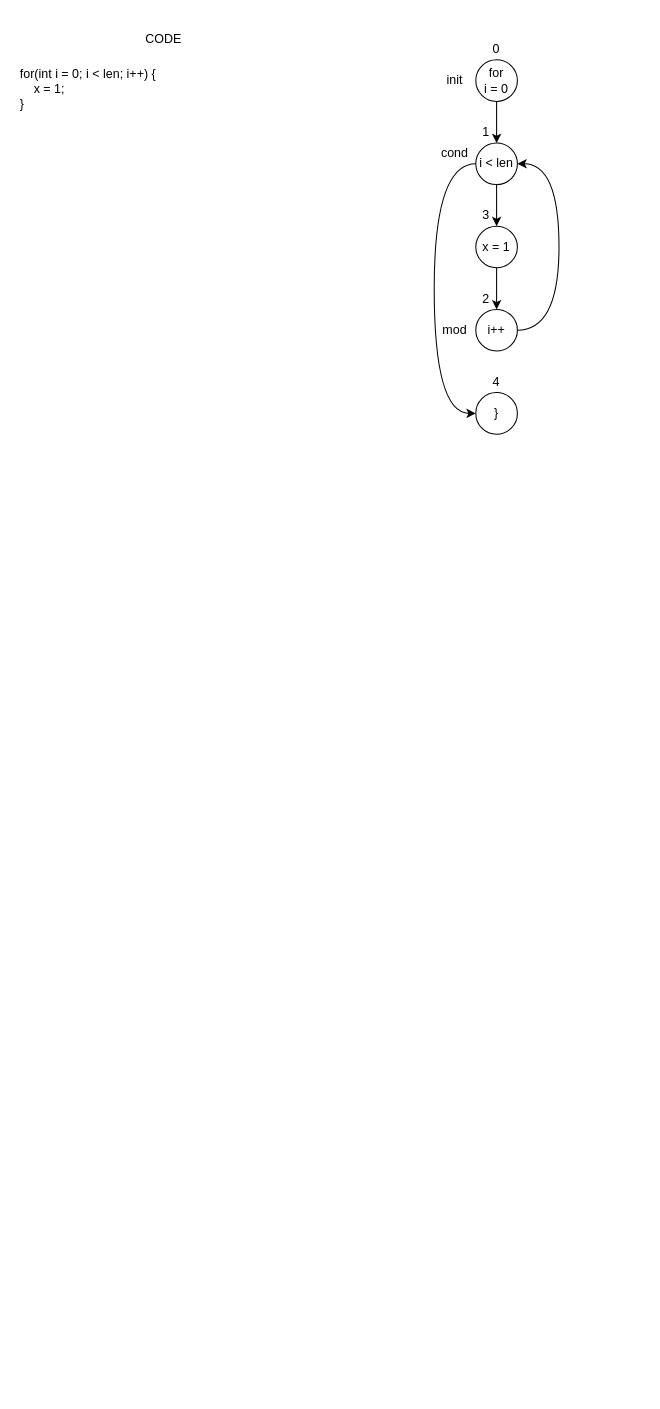
This is page "for-loop" (4 of 5) of docs/cfg.drawio from moredrowsy/control-flow-graph, a draw.io file, before an edit. Source tidied: cells renumbered, new cells numbered last; positions are measured from the earlier drawing's top-left corner, leaving out a move shared by most shapes. Both pictures are drawn from the tidied source at 104%, with x=0, y=0 at pixel (18, 18).
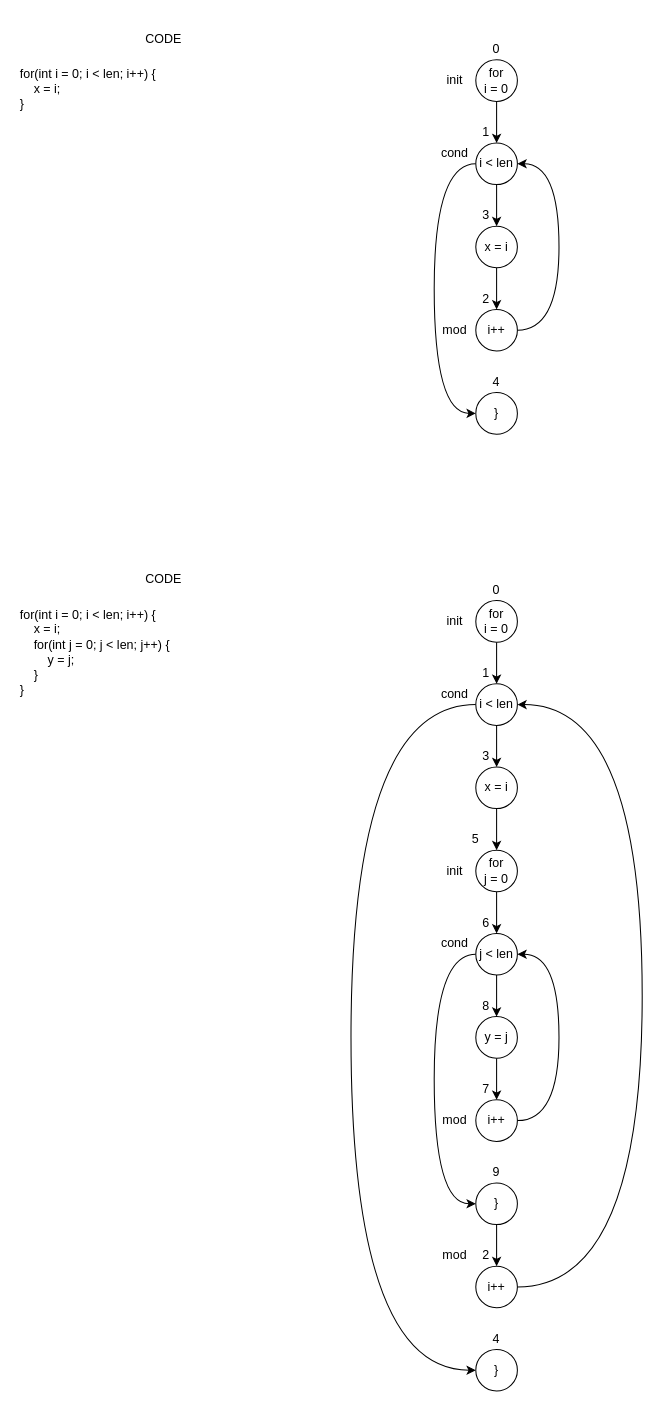
Above is the later version.

Commit message (it also covers changes not shown here):
Fixed buildig for-loop tree Updated drawio diagram for for-loop

Change to the diagram source:
```diff
@@
-    <mxCell id="2" value="&lt;div&gt;for(int i = 0; i &amp;lt; len; i++) {&lt;/div&gt;&lt;div&gt;&amp;nbsp; &amp;nbsp; x = 1;&lt;/div&gt;&lt;div&gt;}&lt;/div&gt;" style="text;html=1;strokeColor=none;fillColor=none;align=left;verticalAlign=top;whiteSpace=wrap;rounded=0;labelBorderColor=none;" parent="1" vertex="1">
+    <mxCell id="2" value="&lt;div&gt;for(int i = 0; i &amp;lt; len; i++) {&lt;/div&gt;&lt;div&gt;&amp;nbsp; &amp;nbsp; x = i;&lt;/div&gt;&lt;div&gt;}&lt;/div&gt;" style="text;html=1;strokeColor=none;fillColor=none;align=left;verticalAlign=top;whiteSpace=wrap;rounded=0;labelBorderColor=none;" parent="1" vertex="1">
       <mxGeometry y="40" width="280" height="80" as="geometry" />
     </mxCell>
@@
-    <mxCell id="19" value="x = 1" style="ellipse;whiteSpace=wrap;html=1;align=center;verticalAlign=middle;" parent="1" vertex="1">
+    <mxCell id="19" value="x = i" style="ellipse;whiteSpace=wrap;html=1;align=center;verticalAlign=middle;" parent="1" vertex="1">
       <mxGeometry x="440" y="200" width="40" height="40" as="geometry" />
     </mxCell>
@@
+    <mxCell id="22" value="&lt;div&gt;for(int i = 0; i &amp;lt; len; i++) {&lt;/div&gt;&lt;div&gt;&amp;nbsp; &amp;nbsp; x = i;&lt;/div&gt;&lt;div&gt;&amp;nbsp; &amp;nbsp; for(int j = 0; j &amp;lt; len; j++) {&lt;/div&gt;&lt;div&gt;&amp;nbsp; &amp;nbsp; &amp;nbsp; &amp;nbsp; y = j;&lt;/div&gt;&lt;div&gt;&amp;nbsp; &amp;nbsp; }&lt;/div&gt;&lt;div&gt;}&lt;/div&gt;&lt;div&gt;&lt;br&gt;&lt;/div&gt;" style="text;html=1;strokeColor=none;fillColor=none;align=left;verticalAlign=top;whiteSpace=wrap;rounded=0;labelBorderColor=none;" parent="1" vertex="1">
+      <mxGeometry y="560" width="280" height="120" as="geometry" />
+    </mxCell>
+    <mxCell id="23" value="CODE" style="text;html=1;strokeColor=none;fillColor=none;align=center;verticalAlign=middle;whiteSpace=wrap;rounded=0;" parent="1" vertex="1">
+      <mxGeometry y="520" width="280" height="40" as="geometry" />
+    </mxCell>
+    <mxCell id="24" style="edgeStyle=orthogonalEdgeStyle;rounded=0;jettySize=auto;html=1;" parent="1" edge="1" source="26" target="28">
+      <mxGeometry relative="1" as="geometry" />
+    </mxCell>
+    <mxCell id="25" style="edgeStyle=orthogonalEdgeStyle;curved=1;rounded=0;jettySize=auto;html=1;" parent="1" edge="1" source="28" target="29">
+      <mxGeometry relative="1" as="geometry">
+        <Array as="points">
+          <mxPoint x="320" y="660" />
+          <mxPoint x="320" y="1300" />
+        </Array>
+      </mxGeometry>
+    </mxCell>
+    <mxCell id="26" value="for&lt;br&gt;i = 0" style="ellipse;whiteSpace=wrap;html=1;align=center;verticalAlign=middle;" parent="1" vertex="1">
+      <mxGeometry x="440" y="560" width="40" height="40" as="geometry" />
+    </mxCell>
+    <mxCell id="27" style="edgeStyle=orthogonalEdgeStyle;rounded=0;jettySize=auto;html=1;curved=1;" parent="1" edge="1" source="34" target="28">
+      <mxGeometry relative="1" as="geometry">
+        <Array as="points">
+          <mxPoint x="600" y="1220" />
+          <mxPoint x="600" y="660" />
+        </Array>
+      </mxGeometry>
+    </mxCell>
+    <mxCell id="28" value="i &amp;lt; len" style="ellipse;whiteSpace=wrap;html=1;align=center;verticalAlign=middle;" parent="1" vertex="1">
+      <mxGeometry x="440" y="640" width="40" height="40" as="geometry" />
+    </mxCell>
+    <mxCell id="29" value="}" style="ellipse;whiteSpace=wrap;html=1;align=center;verticalAlign=middle;" parent="1" vertex="1">
+      <mxGeometry x="440" y="1280" width="40" height="40" as="geometry" />
+    </mxCell>
+    <mxCell id="30" value="0" style="text;html=1;strokeColor=none;fillColor=none;align=center;verticalAlign=middle;whiteSpace=wrap;rounded=0;" parent="1" vertex="1">
+      <mxGeometry x="440" y="540" width="40" height="20" as="geometry" />
+    </mxCell>
+    <mxCell id="31" value="1" style="text;html=1;strokeColor=none;fillColor=none;align=center;verticalAlign=middle;whiteSpace=wrap;rounded=0;" parent="1" vertex="1">
+      <mxGeometry x="430" y="620" width="40" height="20" as="geometry" />
+    </mxCell>
+    <mxCell id="32" value="3" style="text;html=1;strokeColor=none;fillColor=none;align=center;verticalAlign=middle;whiteSpace=wrap;rounded=0;" parent="1" vertex="1">
+      <mxGeometry x="430" y="700" width="40" height="20" as="geometry" />
+    </mxCell>
+    <mxCell id="33" value="init" style="text;html=1;strokeColor=none;fillColor=none;align=center;verticalAlign=middle;whiteSpace=wrap;rounded=0;" parent="1" vertex="1">
+      <mxGeometry x="400" y="570" width="40" height="20" as="geometry" />
+    </mxCell>
+    <mxCell id="34" value="i++" style="ellipse;whiteSpace=wrap;html=1;align=center;verticalAlign=middle;" parent="1" vertex="1">
+      <mxGeometry x="440" y="1200" width="40" height="40" as="geometry" />
+    </mxCell>
+    <mxCell id="35" value="cond" style="text;html=1;strokeColor=none;fillColor=none;align=center;verticalAlign=middle;whiteSpace=wrap;rounded=0;" parent="1" vertex="1">
+      <mxGeometry x="400" y="640" width="40" height="20" as="geometry" />
+    </mxCell>
+    <mxCell id="36" value="mod" style="text;html=1;strokeColor=none;fillColor=none;align=center;verticalAlign=middle;whiteSpace=wrap;rounded=0;" parent="1" vertex="1">
+      <mxGeometry x="400" y="1180" width="40" height="20" as="geometry" />
+    </mxCell>
+    <mxCell id="37" value="4" style="text;html=1;strokeColor=none;fillColor=none;align=center;verticalAlign=middle;whiteSpace=wrap;rounded=0;" parent="1" vertex="1">
+      <mxGeometry x="440" y="1260" width="40" height="20" as="geometry" />
+    </mxCell>
+    <mxCell id="38" style="edgeStyle=orthogonalEdgeStyle;rounded=0;jettySize=auto;html=1;" parent="1" edge="1" source="39" target="44">
+      <mxGeometry relative="1" as="geometry" />
+    </mxCell>
+    <mxCell id="39" value="x = i" style="ellipse;whiteSpace=wrap;html=1;align=center;verticalAlign=middle;" parent="1" vertex="1">
+      <mxGeometry x="440" y="720" width="40" height="40" as="geometry" />
+    </mxCell>
+    <mxCell id="40" style="edgeStyle=none;rounded=0;jettySize=auto;html=1;endArrow=classic;endFill=1;strokeColor=#000000;" parent="1" edge="1" source="28" target="39">
+      <mxGeometry relative="1" as="geometry" />
+    </mxCell>
+    <mxCell id="41" value="2" style="text;html=1;strokeColor=none;fillColor=none;align=center;verticalAlign=middle;whiteSpace=wrap;rounded=0;" parent="1" vertex="1">
+      <mxGeometry x="430" y="1180" width="40" height="20" as="geometry" />
+    </mxCell>
+    <mxCell id="42" style="edgeStyle=orthogonalEdgeStyle;rounded=0;jettySize=auto;html=1;" parent="1" edge="1" source="44" target="47">
+      <mxGeometry relative="1" as="geometry" />
+    </mxCell>
+    <mxCell id="43" style="edgeStyle=orthogonalEdgeStyle;curved=1;rounded=0;jettySize=auto;html=1;" parent="1" edge="1" source="47" target="49">
+      <mxGeometry relative="1" as="geometry">
+        <Array as="points">
+          <mxPoint x="400" y="900" />
+          <mxPoint x="400" y="1140" />
+        </Array>
+      </mxGeometry>
+    </mxCell>
+    <mxCell id="44" value="for&lt;br&gt;j = 0" style="ellipse;whiteSpace=wrap;html=1;align=center;verticalAlign=middle;" parent="1" vertex="1">
+      <mxGeometry x="440" y="800" width="40" height="40" as="geometry" />
+    </mxCell>
+    <mxCell id="45" style="edgeStyle=orthogonalEdgeStyle;rounded=0;jettySize=auto;html=1;curved=1;" parent="1" edge="1" source="54" target="47">
+      <mxGeometry relative="1" as="geometry">
+        <Array as="points">
+          <mxPoint x="520" y="1060" />
+          <mxPoint x="520" y="900" />
+        </Array>
+      </mxGeometry>
+    </mxCell>
+    <mxCell id="46" style="edgeStyle=none;rounded=0;jettySize=auto;html=1;endArrow=classic;endFill=1;strokeColor=#000000;startArrow=none;" parent="1" edge="1" source="58" target="54">
+      <mxGeometry relative="1" as="geometry" />
+    </mxCell>
+    <mxCell id="47" value="j &amp;lt; len" style="ellipse;whiteSpace=wrap;html=1;align=center;verticalAlign=middle;" parent="1" vertex="1">
+      <mxGeometry x="440" y="880" width="40" height="40" as="geometry" />
+    </mxCell>
+    <mxCell id="48" style="edgeStyle=orthogonalEdgeStyle;rounded=0;jettySize=auto;html=1;" parent="1" edge="1" source="49" target="34">
+      <mxGeometry relative="1" as="geometry" />
+    </mxCell>
+    <mxCell id="49" value="}" style="ellipse;whiteSpace=wrap;html=1;align=center;verticalAlign=middle;" parent="1" vertex="1">
+      <mxGeometry x="440" y="1120" width="40" height="40" as="geometry" />
+    </mxCell>
+    <mxCell id="50" value="5" style="text;html=1;strokeColor=none;fillColor=none;align=center;verticalAlign=middle;whiteSpace=wrap;rounded=0;" parent="1" vertex="1">
+      <mxGeometry x="420" y="780" width="40" height="20" as="geometry" />
+    </mxCell>
+    <mxCell id="51" value="6" style="text;html=1;strokeColor=none;fillColor=none;align=center;verticalAlign=middle;whiteSpace=wrap;rounded=0;" parent="1" vertex="1">
+      <mxGeometry x="430" y="860" width="40" height="20" as="geometry" />
+    </mxCell>
+    <mxCell id="52" value="8" style="text;html=1;strokeColor=none;fillColor=none;align=center;verticalAlign=middle;whiteSpace=wrap;rounded=0;" parent="1" vertex="1">
+      <mxGeometry x="430" y="940" width="40" height="20" as="geometry" />
+    </mxCell>
+    <mxCell id="53" value="init" style="text;html=1;strokeColor=none;fillColor=none;align=center;verticalAlign=middle;whiteSpace=wrap;rounded=0;" parent="1" vertex="1">
+      <mxGeometry x="400" y="810" width="40" height="20" as="geometry" />
+    </mxCell>
+    <mxCell id="54" value="i++" style="ellipse;whiteSpace=wrap;html=1;align=center;verticalAlign=middle;" parent="1" vertex="1">
+      <mxGeometry x="440" y="1040" width="40" height="40" as="geometry" />
+    </mxCell>
+    <mxCell id="55" value="cond" style="text;html=1;strokeColor=none;fillColor=none;align=center;verticalAlign=middle;whiteSpace=wrap;rounded=0;" parent="1" vertex="1">
+      <mxGeometry x="400" y="880" width="40" height="20" as="geometry" />
+    </mxCell>
+    <mxCell id="56" value="mod" style="text;html=1;strokeColor=none;fillColor=none;align=center;verticalAlign=middle;whiteSpace=wrap;rounded=0;" parent="1" vertex="1">
+      <mxGeometry x="400" y="1050" width="40" height="20" as="geometry" />
+    </mxCell>
+    <mxCell id="57" value="9" style="text;html=1;strokeColor=none;fillColor=none;align=center;verticalAlign=middle;whiteSpace=wrap;rounded=0;" parent="1" vertex="1">
+      <mxGeometry x="440" y="1100" width="40" height="20" as="geometry" />
+    </mxCell>
+    <mxCell id="58" value="y = j" style="ellipse;whiteSpace=wrap;html=1;align=center;verticalAlign=middle;" parent="1" vertex="1">
+      <mxGeometry x="440" y="960" width="40" height="40" as="geometry" />
+    </mxCell>
+    <mxCell id="59" style="edgeStyle=none;rounded=0;jettySize=auto;html=1;endArrow=classic;endFill=1;strokeColor=#000000;" parent="1" edge="1" source="47" target="58">
+      <mxGeometry relative="1" as="geometry" />
+    </mxCell>
+    <mxCell id="60" value="7" style="text;html=1;strokeColor=none;fillColor=none;align=center;verticalAlign=middle;whiteSpace=wrap;rounded=0;" parent="1" vertex="1">
+      <mxGeometry x="430" y="1020" width="40" height="20" as="geometry" />
+    </mxCell>
```
